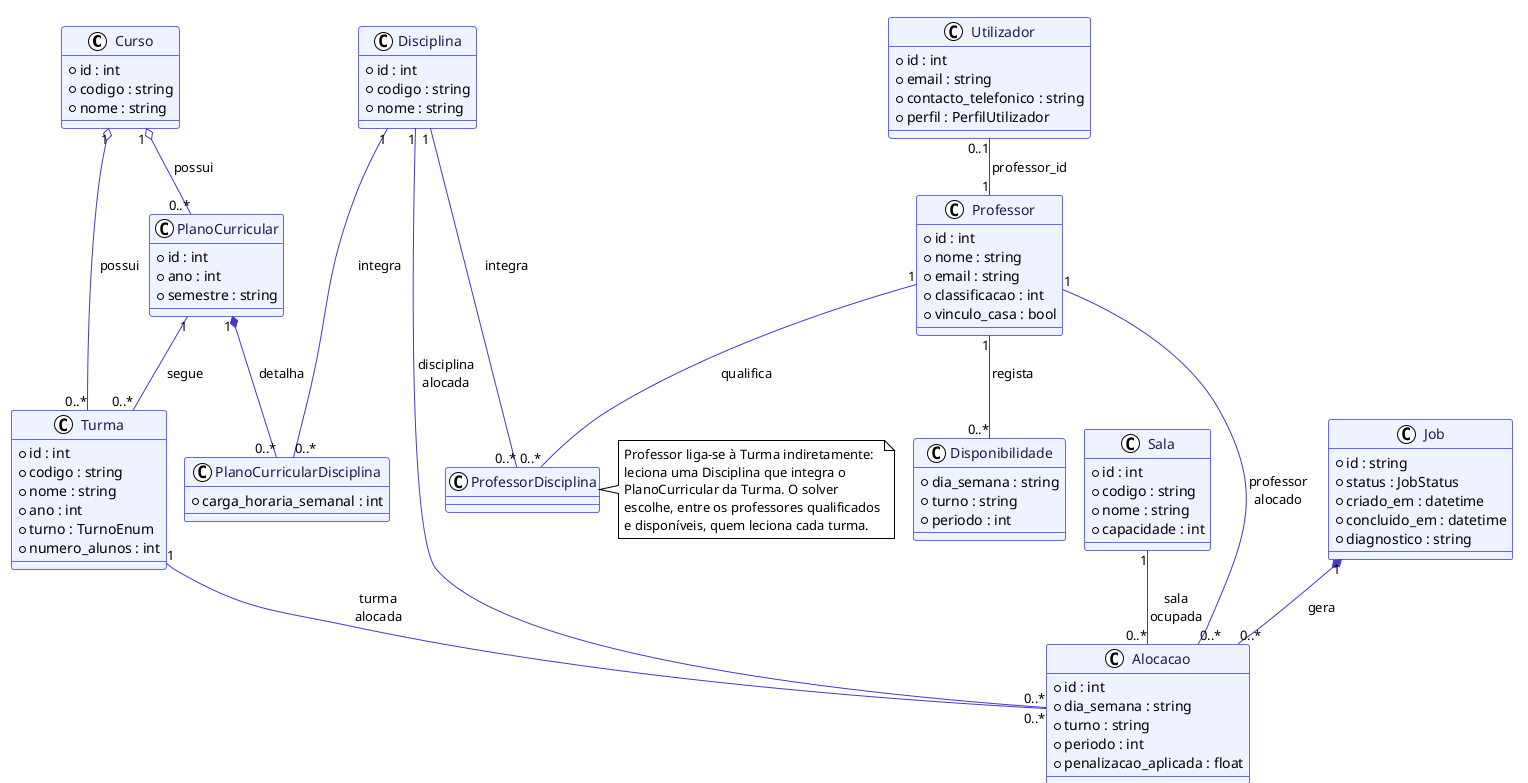
This is docs/media/diagrama_classes.png from CristianoLourenco/timetable_problem_isaf, a PlantUML export, as it was before one commit. Source of this version:
```plantuml
@startuml classes
!pragma layout smetana
!theme plain
skinparam backgroundColor white
skinparam class {
  BackgroundColor #EEF2FF
  BorderColor #6366F1
  FontColor #1E1B4B
  ArrowColor #4338CA
}

class Curso {
  +id : int
  +codigo : string
  +nome : string
}

class PlanoCurricular {
  +id : int
  +ano : int
  +semestre : string
}

class PlanoCurricularDisciplina {
  +carga_horaria_semanal : int
}

class Disciplina {
  +id : int
  +codigo : string
  +nome : string
}

class Turma {
  +id : int
  +codigo : string
  +nome : string
  +ano : int
  +turno : TurnoEnum
  +numero_alunos : int
}

class Sala {
  +id : int
  +codigo : string
  +nome : string
  +capacidade : int
}

class Professor {
  +id : int
  +nome : string
  +email : string
  +classificacao : int
  +vinculo_casa : bool
}

class ProfessorDisciplina

class Disponibilidade {
  +dia_semana : string
  +turno : string
  +periodo : int
}

class Utilizador {
  +id : int
  +email : string
  +contacto_telefonico : string
  +perfil : PerfilUtilizador
}

class Job {
  +id : string
  +status : JobStatus
  +criado_em : datetime
  +concluido_em : datetime
  +diagnostico : string
}

class Alocacao {
  +id : int
  +dia_semana : string
  +turno : string
  +periodo : int
  +penalizacao_aplicada : float
}

Curso "1" o-- "0..*" PlanoCurricular : possui
Curso "1" o-- "0..*" Turma : possui
PlanoCurricular "1" *-- "0..*" PlanoCurricularDisciplina : detalha
Disciplina "1" --- "0..*" PlanoCurricularDisciplina : integra
PlanoCurricular "1" -- "0..*" Turma : segue

Professor "1" -- "0..*" ProfessorDisciplina : qualifica
Disciplina "1" --- "0..*" ProfessorDisciplina : integra
Professor "1" -- "0..*" Disponibilidade : regista
Utilizador "0..1" -- "1" Professor : professor_id

Job "1" *-- "0..*" Alocacao : gera
Turma "1" -- "0..*" Alocacao : turma\nalocada
Disciplina "1" --- "0..*" Alocacao : disciplina\nalocada
Professor "1" --- "0..*" Alocacao : professor\nalocado
Sala "1" -- "0..*" Alocacao : sala\nocupada

note right of ProfessorDisciplina
  Professor liga-se à Turma indiretamente:
  leciona uma Disciplina que integra o
  PlanoCurricular da Turma. O solver
  escolhe, entre os professores qualificados
  e disponíveis, quem leciona cada turma.
end note

@enduml
```
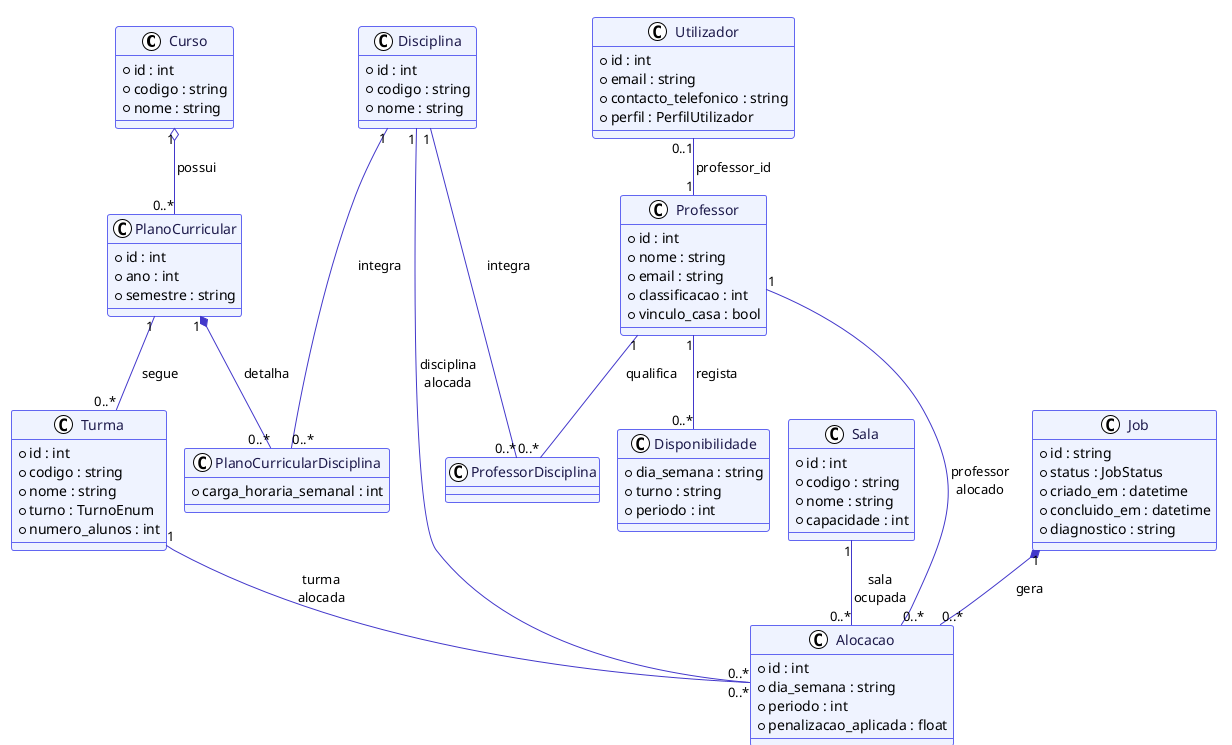
Later version of the same file.

Commit message:
docs(classes): alinha com o ER fechado — remove nota, Turma sem curso/ano, Alocacao sem turno

What changed in the source:
```diff
@@ -35,7 +35,6 @@
   +id : int
   +codigo : string
   +nome : string
-  +ano : int
   +turno : TurnoEnum
   +numero_alunos : int
 }
@@ -81,13 +80,11 @@
 class Alocacao {
   +id : int
   +dia_semana : string
-  +turno : string
   +periodo : int
   +penalizacao_aplicada : float
 }
 
 Curso "1" o-- "0..*" PlanoCurricular : possui
-Curso "1" o-- "0..*" Turma : possui
 PlanoCurricular "1" *-- "0..*" PlanoCurricularDisciplina : detalha
 Disciplina "1" --- "0..*" PlanoCurricularDisciplina : integra
 PlanoCurricular "1" -- "0..*" Turma : segue
@@ -103,12 +100,4 @@
 Professor "1" --- "0..*" Alocacao : professor\nalocado
 Sala "1" -- "0..*" Alocacao : sala\nocupada
 
-note right of ProfessorDisciplina
-  Professor liga-se à Turma indiretamente:
-  leciona uma Disciplina que integra o
-  PlanoCurricular da Turma. O solver
-  escolhe, entre os professores qualificados
-  e disponíveis, quem leciona cada turma.
-end note
-
 @enduml
```
